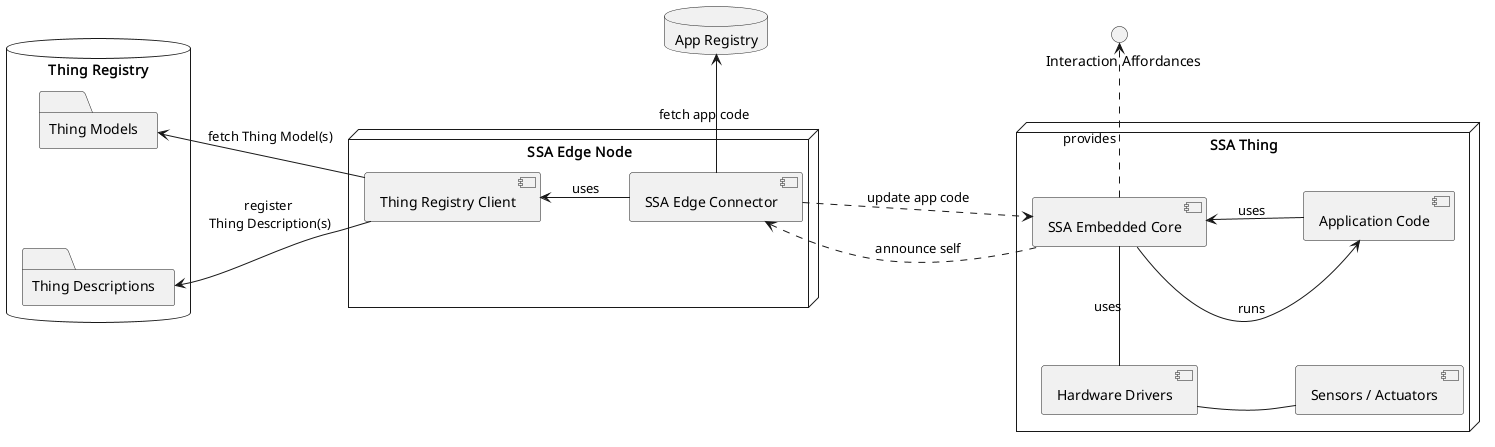
The PlantUML diagram uml/component_selfd.png in les2feup/CityLink, before a commit.
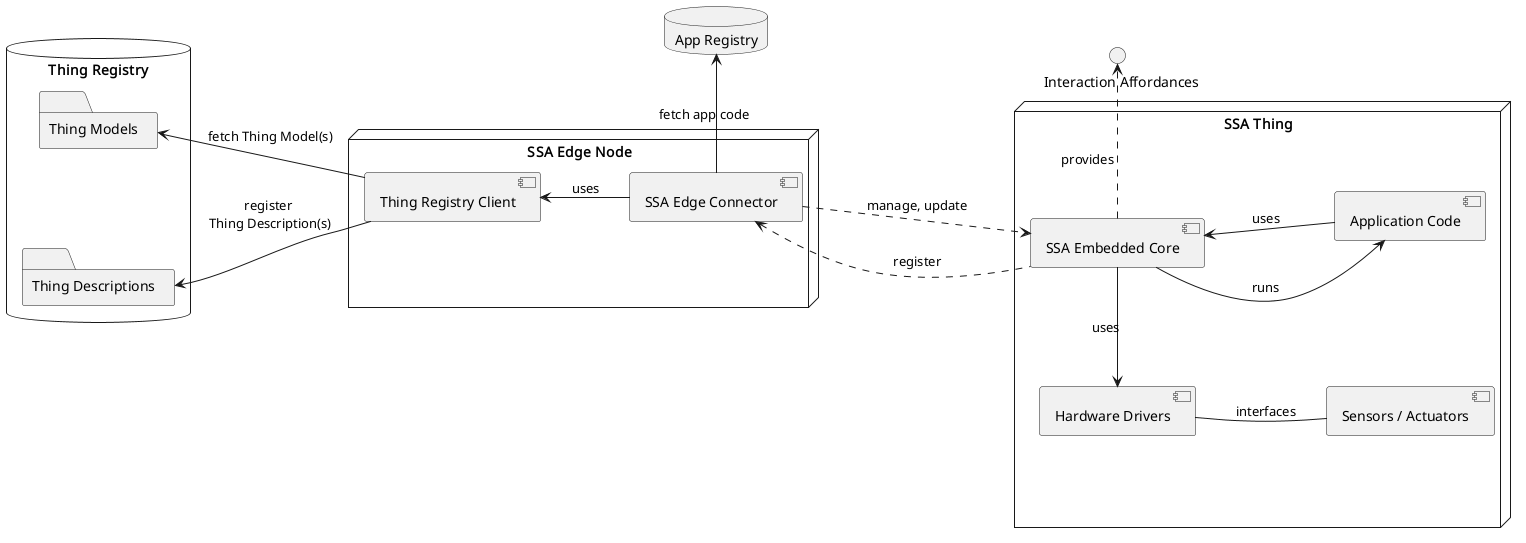
Later version of the same file.

Commit message:
updated component diagrams

The edit, as a diff of the source:
```diff
@@ -18,11 +18,11 @@
 
 node "SSA Edge Node" as edgeNode {
 
-    [SSA Edge Connector] as ssaIoT
+    [SSA Edge Connector] as ssaCon
     [Thing Registry Client] as tRClient
 
-    ssaIoT -u-> tRClient : uses
-    ssaIoT -r-> appDB : fetch app code
+    ssaCon -u-> tRClient : uses
+    ssaCon -r-> appDB : fetch app code
 }
 
 node "SSA Thing" as device {
@@ -32,8 +32,8 @@
     [Hardware Drivers] as hwd
     [Sensors / Actuators] as hw
 
-    hwd -d- hw
-    ssaRt -l- hwd : uses
+    hwd -d- hw : interfaces
+    ssaRt -l-> hwd : uses
     ssaRt -d-> userApp: runs
     userApp -u-> ssaRt: uses
 }
@@ -41,8 +41,8 @@
 tRClient -u-> tds : register \nThing Description(s)
 tRClient -u-> tms : fetch Thing Model(s)
 
-ssaIoT -d..> ssaRt : update app code
-ssaRt -u..> ssaIoT : announce self
+ssaCon -d..> ssaRt : manage, update
+ssaRt -u..> ssaCon : register
 ssaRt -r..> wotProt: \n\nprovides
 
 @enduml
```
